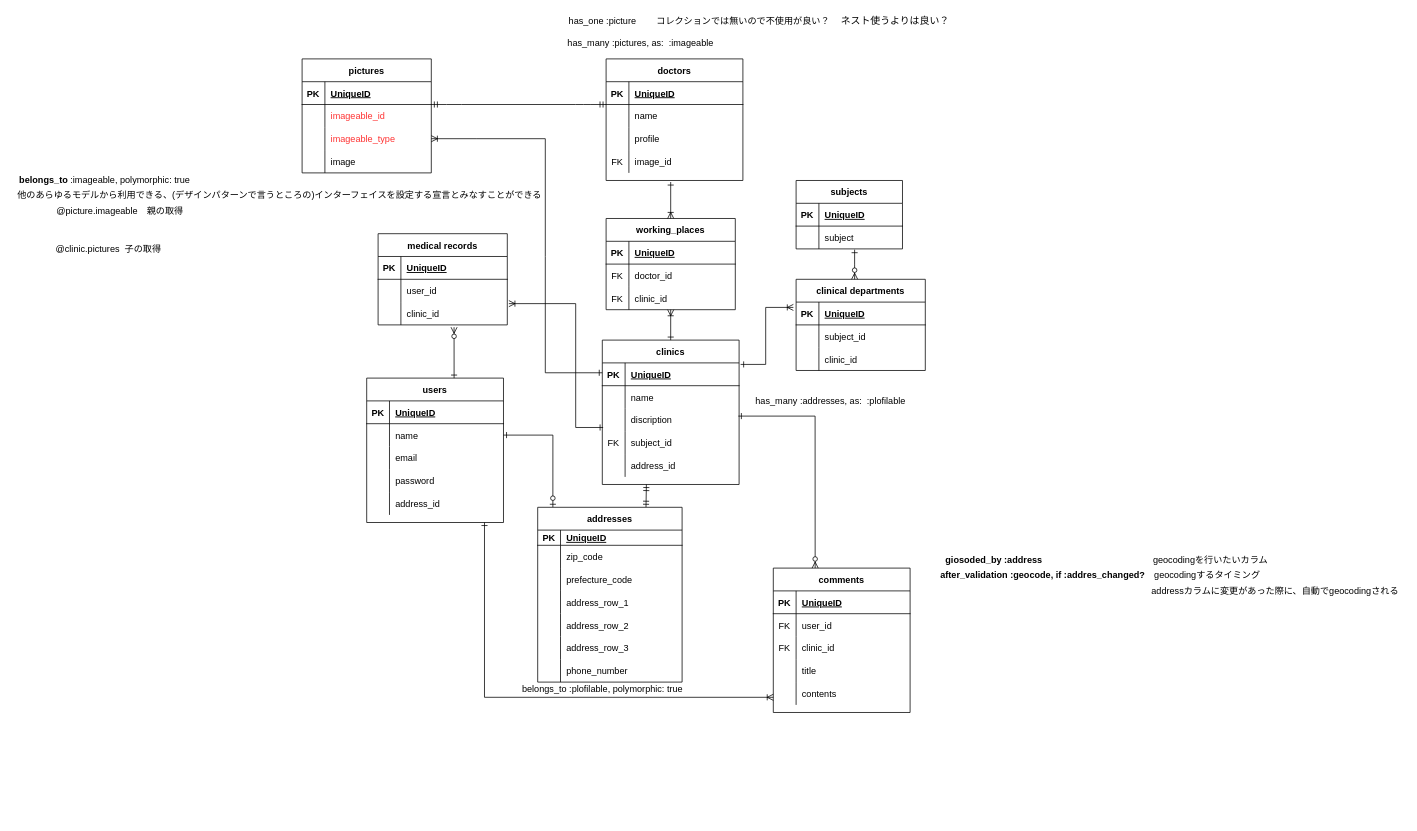
This is page "help_doctor" (4 of 4) of Untitled Diagram.drawio from Sec-il-n/dic_guraduate_parts, a draw.io file, before an edit. Source tidied: cells renumbered, new cells numbered last; positions are measured from the earlier drawing's top-left corner, leaving out a move shared by most shapes. Both pictures are drawn from the tidied source at 76%, with x=0, y=0 at pixel (13, 13).
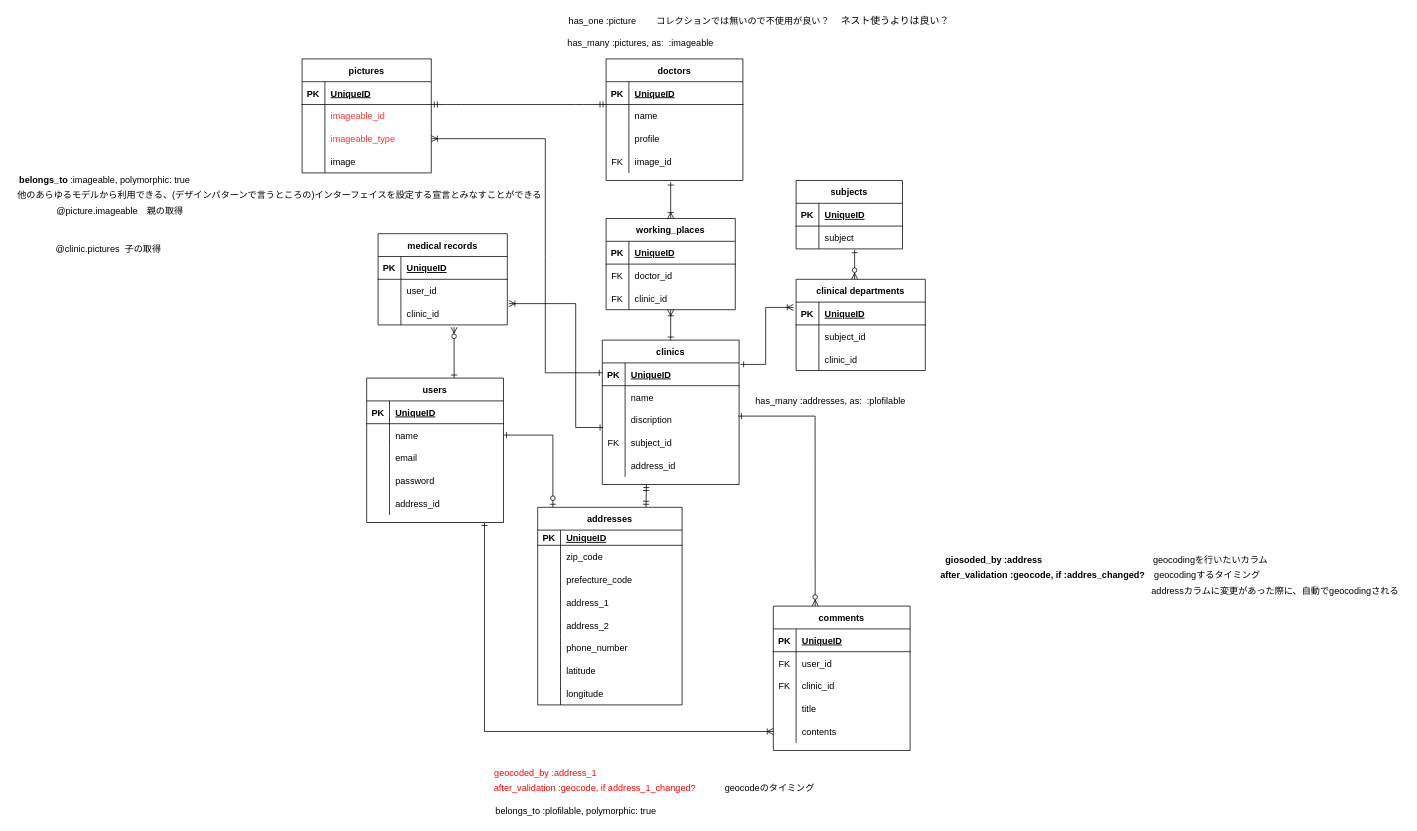
After the change.

Commit message:
Untitled Diagram.drawio を更新します

The change refers to these unchanged cells:
```xml
<mxCell id="98" style="shape=partialRectangle;fillColor=none;top=0;left=0;bottom=0;right=0;points=[[0,0.5],[1,0.5]];portConstraint=eastwest;" parent="85" vertex="1">
  <mxGeometry y="150" width="180" height="30" as="geometry" />
</mxCell>
<mxCell id="140" style="shape=partialRectangle;fillColor=none;top=0;left=0;bottom=0;right=0;" parent="130" vertex="1">
  <mxGeometry y="110" width="190" height="30" as="geometry" />
</mxCell>
<mxCell id="143" style="shape=partialRectangle;fillColor=none;top=0;left=0;bottom=0;right=0;" parent="130" vertex="1">
  <mxGeometry y="140" width="190" height="30" as="geometry" />
</mxCell>
```

Diff of the diagram source:
```diff
@@
     <mxCell id="85" value="comments" style="shape=table;startSize=30;childLayout=tableLayout;rowLines=0;fontStyle=1;align=center;strokeColor=#000000;fillColor=#FFFFFF;fontColor=#000000;" parent="1" vertex="1">
-      <mxGeometry x="1000" y="730" width="180" height="190" as="geometry" />
+      <mxGeometry x="1000" y="780" width="180" height="190" as="geometry" />
     </mxCell>
@@
     <mxCell id="121" value="belongs_to :plofilable, polymorphic: true" style="text;html=1;align=center;verticalAlign=middle;fontColor=#000000;" parent="1" vertex="1">
-      <mxGeometry x="660" y="880" width="230" height="20" as="geometry" />
+      <mxGeometry x="625" y="1040" width="230" height="20" as="geometry" />
     </mxCell>
@@
-    <mxCell id="125" style="endArrow=ERoneToMany;html=1;rounded=0;fontColor=#000000;endFill=0;startArrow=ERone;startFill=0;entryX=0;entryY=0.667;entryDx=0;entryDy=0;entryPerimeter=0;" parent="1" edge="1" target="98">
+    <mxCell id="125" style="endArrow=ERoneToMany;html=1;rounded=0;fontColor=#000000;endFill=0;startArrow=ERone;startFill=0;entryX=0;entryY=0.5;entryDx=0;entryDy=0;" parent="1" edge="1" target="98">
       <mxGeometry relative="1" as="geometry">
         <mxPoint x="620" y="670" as="sourcePoint" />
         <Array as="points">
-          <mxPoint x="620" y="900" />
+          <mxPoint x="620" y="945" />
         </Array>
       </mxGeometry>
     </mxCell>
@@
     <mxCell id="130" value="addresses" style="shape=table;startSize=30;childLayout=tableLayout;rowLines=0;fontStyle=1;align=center;fillColor=#FFFFFF;fontColor=#000000;" parent="1" vertex="1">
-      <mxGeometry x="690" y="650" width="190" height="230" as="geometry" />
+      <mxGeometry x="690" y="650" width="190" height="260" as="geometry" />
     </mxCell>
@@
-    <mxCell id="142" value="address_row_1" style="shape=partialRectangle;fillColor=none;top=0;left=0;bottom=0;right=0;align=left;spacingLeft=6;overflow=hidden;" parent="140" vertex="1">
+    <mxCell id="142" value="address_1" style="shape=partialRectangle;fillColor=none;top=0;left=0;bottom=0;right=0;align=left;spacingLeft=6;overflow=hidden;" parent="140" vertex="1">
       <mxGeometry x="30" width="160" height="30" as="geometry" />
     </mxCell>
@@
-    <mxCell id="145" value="address_row_2" style="shape=partialRectangle;fillColor=none;top=0;left=0;bottom=0;right=0;align=left;spacingLeft=6;overflow=hidden;" parent="143" vertex="1">
+    <mxCell id="145" value="address_2" style="shape=partialRectangle;fillColor=none;top=0;left=0;bottom=0;right=0;align=left;spacingLeft=6;overflow=hidden;" parent="143" vertex="1">
       <mxGeometry x="30" width="160" height="30" as="geometry" />
     </mxCell>
-    <mxCell id="146" style="shape=partialRectangle;fillColor=none;top=0;left=0;bottom=0;right=0;" parent="130" vertex="1">
-      <mxGeometry y="170" width="190" height="30" as="geometry" />
-    </mxCell>
-    <mxCell id="147" style="shape=partialRectangle;fillColor=none;top=0;left=0;bottom=0;right=0;overflow=hidden;" parent="146" vertex="1">
-      <mxGeometry width="30" height="30" as="geometry" />
-    </mxCell>
-    <mxCell id="148" value="address_row_3" style="shape=partialRectangle;fillColor=none;top=0;left=0;bottom=0;right=0;align=left;spacingLeft=6;overflow=hidden;" parent="146" vertex="1">
-      <mxGeometry x="30" width="160" height="30" as="geometry" />
-    </mxCell>
     <mxCell id="149" style="shape=partialRectangle;fillColor=none;top=0;left=0;bottom=0;right=0;" parent="130" vertex="1">
-      <mxGeometry y="200" width="190" height="30" as="geometry" />
+      <mxGeometry y="170" width="190" height="30" as="geometry" />
     </mxCell>
@@
+    <mxCell id="162" style="shape=partialRectangle;fillColor=none;top=0;left=0;bottom=0;right=0;" parent="130" vertex="1">
+      <mxGeometry y="200" width="190" height="30" as="geometry" />
+    </mxCell>
+    <mxCell id="163" style="shape=partialRectangle;fillColor=none;top=0;left=0;bottom=0;right=0;overflow=hidden;" parent="162" vertex="1">
+      <mxGeometry width="30" height="30" as="geometry" />
+    </mxCell>
+    <mxCell id="164" value="latitude" style="shape=partialRectangle;fillColor=none;top=0;left=0;bottom=0;right=0;align=left;spacingLeft=6;overflow=hidden;" parent="162" vertex="1">
+      <mxGeometry x="30" width="160" height="30" as="geometry" />
+    </mxCell>
+    <mxCell id="165" style="shape=partialRectangle;fillColor=none;top=0;left=0;bottom=0;right=0;" parent="130" vertex="1">
+      <mxGeometry y="230" width="190" height="30" as="geometry" />
+    </mxCell>
+    <mxCell id="166" style="shape=partialRectangle;fillColor=none;top=0;left=0;bottom=0;right=0;overflow=hidden;" parent="165" vertex="1">
+      <mxGeometry width="30" height="30" as="geometry" />
+    </mxCell>
+    <mxCell id="167" value="longitude" style="shape=partialRectangle;fillColor=none;top=0;left=0;bottom=0;right=0;align=left;spacingLeft=6;overflow=hidden;" parent="165" vertex="1">
+      <mxGeometry x="30" width="160" height="30" as="geometry" />
+    </mxCell>
@@
+    <mxCell id="168" value="geocoded_by :address_1" style="text;html=1;align=center;verticalAlign=middle;fontColor=#FF0000;" parent="1" vertex="1">
+      <mxGeometry x="625" y="990" width="150" height="20" as="geometry" />
+    </mxCell>
+    <mxCell id="169" value="after_validation :geocode, if address_1_changed?" style="text;html=1;align=center;verticalAlign=middle;fontColor=#FF0000;" parent="1" vertex="1">
+      <mxGeometry x="625" y="1010" width="280" height="20" as="geometry" />
+    </mxCell>
+    <mxCell id="170" value="&lt;font color=&quot;#000000&quot;&gt;geocodeのタイミング&lt;/font&gt;" style="text;html=1;align=center;verticalAlign=middle;fontColor=#FF0000;" parent="1" vertex="1">
+      <mxGeometry x="930" y="1010" width="130" height="20" as="geometry" />
+    </mxCell>
```
